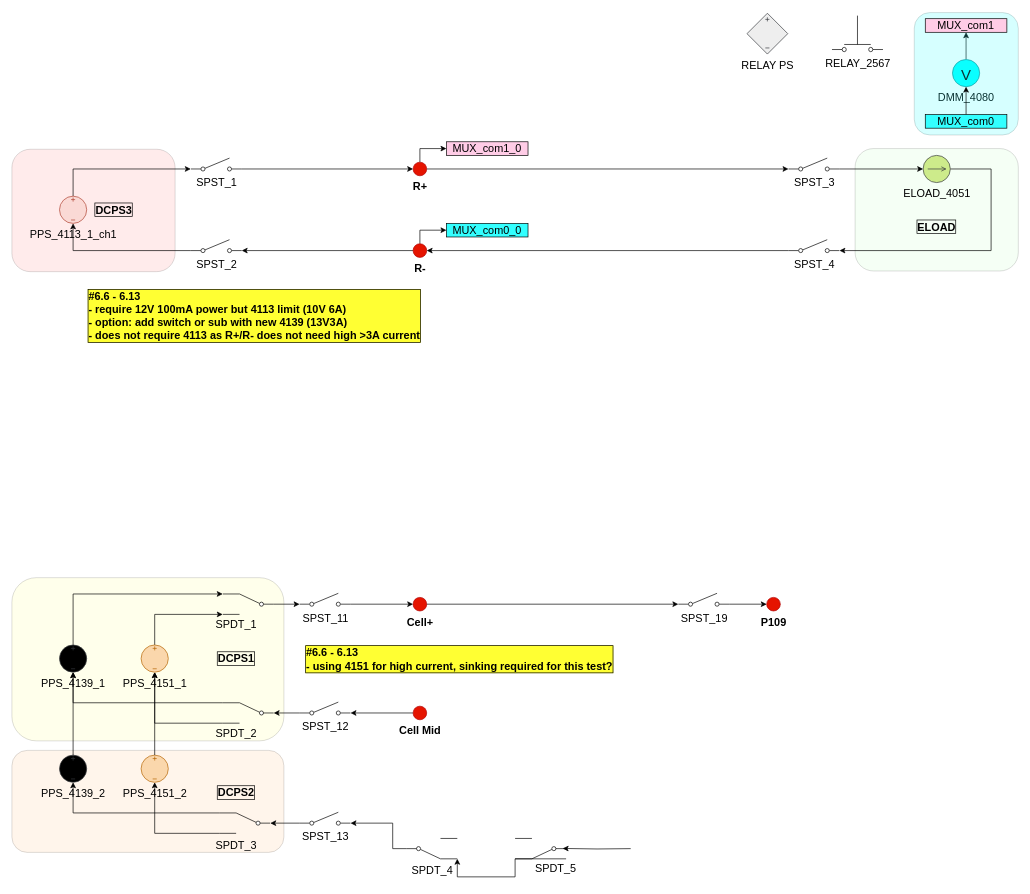
Before: BMS_device_B_6p6.drawio in ktlim-xy/draw-io, a draw.io diagram. Source tidied: cells renumbered, new cells numbered last; positions are measured from the earlier drawing's top-left corner, leaving out a move shared by most shapes. Both pictures are drawn from the tidied source at 68%, with x=0, y=0 at pixel (12, 12).
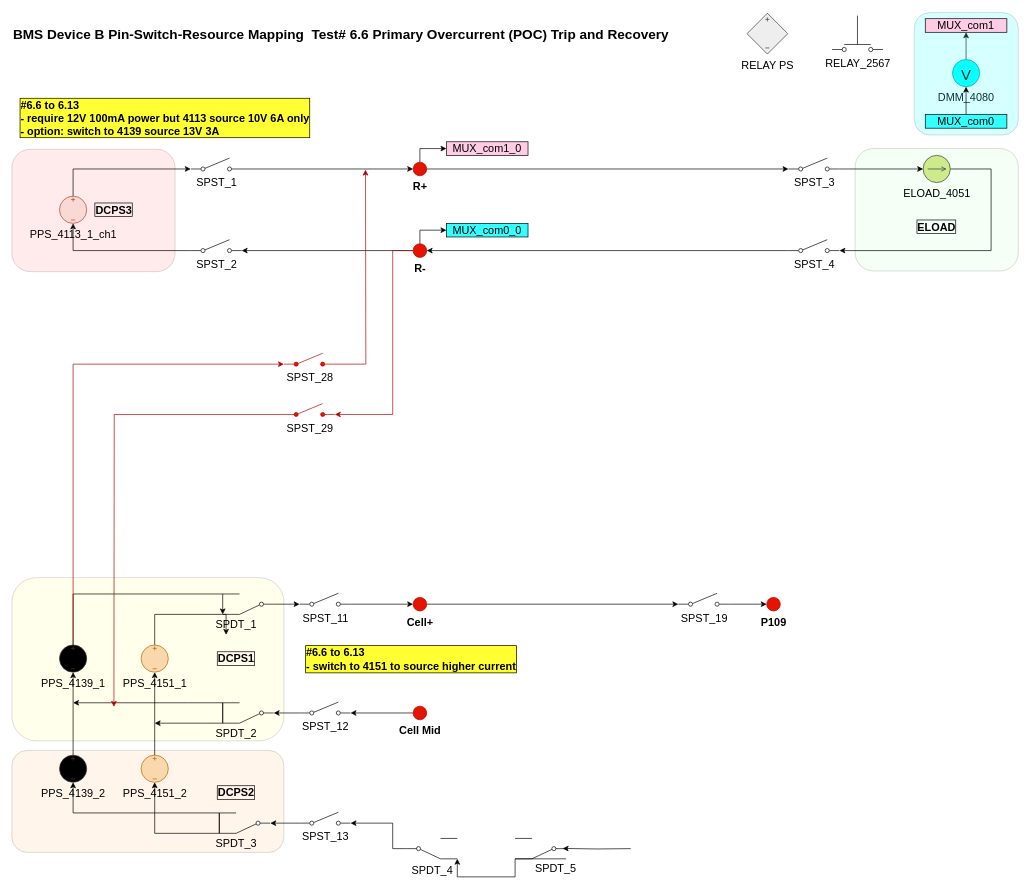
After the change.

Unchanged cells that the change refers to:
```xml
<mxCell id="20" value="R-" style="verticalLabelPosition=bottom;shadow=0;dashed=0;align=center;html=1;verticalAlign=top;strokeWidth=1;shape=ellipse;perimeter=ellipsePerimeter;fillColor=#e51400;fontColor=light-dark(#000000,#FF0000);strokeColor=#B20000;fontSize=16;fontStyle=1;" parent="1" vertex="1">
  <mxGeometry x="590" y="340" width="20" height="20" as="geometry" />
</mxCell>
<mxCell id="37" value="PPS_4139_1" style="verticalLabelPosition=bottom;shadow=0;dashed=0;align=center;html=1;verticalAlign=top;shape=mxgraph.electrical.signal_sources.source;points=[[0.5,0,0],[1,0.5,0],[0.5,1,0],[0,0.5,0]];elSignalType=dc3;rotation=0;fillColor=#000000;strokeColor=#36393d;fontSize=16;" parent="1" vertex="1">
  <mxGeometry x="70" y="930" width="40" height="40" as="geometry" />
</mxCell>
<mxCell id="41" value="PPS_4139_2" style="verticalLabelPosition=bottom;shadow=0;dashed=0;align=center;html=1;verticalAlign=top;shape=mxgraph.electrical.signal_sources.source;points=[[0.5,0,0],[1,0.5,0],[0.5,1,0],[0,0.5,0]];elSignalType=dc3;rotation=0;fillColor=#000000;strokeColor=#36393d;fontSize=16;" parent="1" vertex="1">
  <mxGeometry x="70" y="1092" width="40" height="40" as="geometry" />
</mxCell>
<mxCell id="44" value="PPS_4151_1" style="verticalLabelPosition=bottom;shadow=0;dashed=0;align=center;html=1;verticalAlign=top;shape=mxgraph.electrical.signal_sources.source;points=[[0.5,0,0],[1,0.5,0],[0.5,1,0],[0,0.5,0]];elSignalType=dc3;rotation=0;fillColor=#fad7ac;strokeColor=#b46504;fontSize=16;" parent="1" vertex="1">
  <mxGeometry x="190" y="930" width="40" height="40" as="geometry" />
</mxCell>
<mxCell id="46" value="PPS_4151_2" style="verticalLabelPosition=bottom;shadow=0;dashed=0;align=center;html=1;verticalAlign=top;shape=mxgraph.electrical.signal_sources.source;points=[[0.5,0,0],[1,0.5,0],[0.5,1,0],[0,0.5,0]];elSignalType=dc3;rotation=0;fillColor=#fad7ac;strokeColor=#b46504;fontSize=16;" parent="1" vertex="1">
  <mxGeometry x="190" y="1092" width="40" height="40" as="geometry" />
</mxCell>
```

Diff of the diagram source:
```diff
@@
+    <mxCell id="79" style="edgeStyle=orthogonalEdgeStyle;rounded=0;jettySize=auto;html=1;exitX=0;exitY=0.5;exitDx=0;exitDy=0;entryX=1;entryY=0.8;entryDx=0;entryDy=0;fillColor=#e51400;strokeColor=#B20000;fontColor=#000000;" parent="1" edge="1" source="20" target="86">
+      <mxGeometry relative="1" as="geometry">
+        <Array as="points">
+          <mxPoint x="560" y="350" />
+          <mxPoint x="560" y="591" />
+        </Array>
+      </mxGeometry>
+    </mxCell>
@@
-    <mxCell id="35" style="verticalLabelPosition=bottom;shadow=0;dashed=0;align=center;html=1;verticalAlign=top;shape=mxgraph.electrical.electro-mechanical.twoWayContact2;elSwitchState=2;rotation=-180;fontSize=16;" parent="1" vertex="1">
+    <mxCell id="35" style="verticalLabelPosition=bottom;shadow=0;dashed=0;align=center;html=1;verticalAlign=top;shape=mxgraph.electrical.electro-mechanical.twoWayContact2;elSwitchState=2;rotation=-180;fontSize=16;flipV=1;legacyAnchorPoints=0;" parent="1" vertex="1">
       <mxGeometry x="310" y="855" width="75" height="30" as="geometry" />
     </mxCell>
-    <mxCell id="36" style="edgeStyle=orthogonalEdgeStyle;rounded=0;jettySize=auto;html=1;exitX=0.5;exitY=0;exitDx=0;exitDy=0;exitPerimeter=0;entryX=1;entryY=1;entryDx=0;entryDy=0;fontSize=16;" parent="1" edge="1" source="37" target="35">
+    <mxCell id="36" style="edgeStyle=orthogonalEdgeStyle;rounded=0;jettySize=auto;html=1;exitX=0.5;exitY=0;exitDx=0;exitDy=0;exitPerimeter=0;entryX=1;entryY=0;entryDx=0;entryDy=0;" parent="1" edge="1" source="37" target="35">
       <mxGeometry relative="1" as="geometry">
         <Array as="points">
           <mxPoint x="90" y="855" />
         </Array>
       </mxGeometry>
     </mxCell>
+    <mxCell id="80" style="edgeStyle=orthogonalEdgeStyle;rounded=0;jettySize=auto;html=1;exitX=0.5;exitY=0;exitDx=0;exitDy=0;exitPerimeter=0;entryX=0;entryY=0.8;entryDx=0;entryDy=0;fillColor=#e51400;strokeColor=#B20000;fontColor=#000000;" parent="1" edge="1" source="37" target="88">
+      <mxGeometry relative="1" as="geometry" />
+    </mxCell>
@@
+    <mxCell id="81" style="edgeStyle=orthogonalEdgeStyle;rounded=0;jettySize=auto;html=1;exitX=1;exitY=0;exitDx=0;exitDy=0;" parent="1" edge="1" source="38">
+      <mxGeometry relative="1" as="geometry">
+        <mxPoint x="90" y="1015" as="targetPoint" />
+        <Array as="points">
+          <mxPoint x="260" y="1015" />
+          <mxPoint x="260" y="1015" />
+        </Array>
+      </mxGeometry>
+    </mxCell>
+    <mxCell id="82" style="edgeStyle=orthogonalEdgeStyle;rounded=0;jettySize=auto;html=1;exitX=1;exitY=1;exitDx=0;exitDy=0;" parent="1" edge="1" source="38">
+      <mxGeometry relative="1" as="geometry">
+        <mxPoint x="210" y="1045" as="targetPoint" />
+        <Array as="points">
+          <mxPoint x="280" y="1045" />
+          <mxPoint x="280" y="1045" />
+        </Array>
+      </mxGeometry>
+    </mxCell>
-    <mxCell id="38" style="verticalLabelPosition=bottom;shadow=0;dashed=0;align=center;html=1;verticalAlign=top;shape=mxgraph.electrical.electro-mechanical.twoWayContact2;elSwitchState=2;rotation=-180;fontSize=16;" parent="1" vertex="1">
+    <mxCell id="38" style="verticalLabelPosition=bottom;shadow=0;dashed=0;align=center;html=1;verticalAlign=top;shape=mxgraph.electrical.electro-mechanical.twoWayContact2;elSwitchState=2;rotation=-180;fontSize=16;flipV=1;legacyAnchorPoints=0;" parent="1" vertex="1">
       <mxGeometry x="310" y="1015" width="75" height="30" as="geometry" />
     </mxCell>
-    <mxCell id="39" style="edgeStyle=orthogonalEdgeStyle;rounded=0;jettySize=auto;html=1;exitX=1;exitY=1;exitDx=0;exitDy=0;entryX=0.5;entryY=1;entryDx=0;entryDy=0;entryPerimeter=0;fontSize=16;" parent="1" edge="1" source="38" target="37">
-      <mxGeometry relative="1" as="geometry">
-        <Array as="points">
-          <mxPoint x="90" y="1015" />
-        </Array>
-      </mxGeometry>
-    </mxCell>
-    <mxCell id="40" style="verticalLabelPosition=bottom;shadow=0;dashed=0;align=center;html=1;verticalAlign=top;shape=mxgraph.electrical.electro-mechanical.twoWayContact2;elSwitchState=2;rotation=-180;fontSize=16;" parent="1" vertex="1">
+    <mxCell id="40" style="verticalLabelPosition=bottom;shadow=0;dashed=0;align=center;html=1;verticalAlign=top;shape=mxgraph.electrical.electro-mechanical.twoWayContact2;elSwitchState=2;rotation=-180;fontSize=16;flipV=1;legacyAnchorPoints=0;" parent="1" vertex="1">
       <mxGeometry x="305" y="1177" width="75" height="30" as="geometry" />
     </mxCell>
@@
-    <mxCell id="42" style="edgeStyle=orthogonalEdgeStyle;rounded=0;jettySize=auto;html=1;exitX=1;exitY=1;exitDx=0;exitDy=0;entryX=0.5;entryY=1;entryDx=0;entryDy=0;entryPerimeter=0;fontSize=16;" parent="1" edge="1" source="40" target="41">
-      <mxGeometry relative="1" as="geometry">
-        <Array as="points">
-          <mxPoint x="90" y="1177" />
-        </Array>
-      </mxGeometry>
-    </mxCell>
-    <mxCell id="43" style="edgeStyle=orthogonalEdgeStyle;rounded=0;jettySize=auto;html=1;entryX=1;entryY=0;entryDx=0;entryDy=0;fontSize=16;" parent="1" edge="1" source="44" target="35">
-      <mxGeometry relative="1" as="geometry">
-        <Array as="points">
-          <mxPoint x="210" y="885" />
-        </Array>
-      </mxGeometry>
-    </mxCell>
+    <mxCell id="83" style="edgeStyle=orthogonalEdgeStyle;rounded=0;jettySize=auto;html=1;exitX=0.5;exitY=0;exitDx=0;exitDy=0;exitPerimeter=0;entryX=0.25;entryY=1;entryDx=0;entryDy=0;" parent="1" edge="1" source="44" target="75">
+      <mxGeometry relative="1" as="geometry">
+        <Array as="points">
+          <mxPoint x="210" y="885" />
+        </Array>
+      </mxGeometry>
+    </mxCell>
@@
-    <mxCell id="45" style="edgeStyle=orthogonalEdgeStyle;rounded=0;jettySize=auto;html=1;exitX=1;exitY=0;exitDx=0;exitDy=0;entryX=0.5;entryY=1;entryDx=0;entryDy=0;entryPerimeter=0;fontSize=16;" parent="1" edge="1" source="38" target="44">
-      <mxGeometry relative="1" as="geometry">
-        <Array as="points">
-          <mxPoint x="210" y="1045" />
-        </Array>
-      </mxGeometry>
-    </mxCell>
@@
-    <mxCell id="47" style="edgeStyle=orthogonalEdgeStyle;rounded=0;jettySize=auto;html=1;exitX=1;exitY=0;exitDx=0;exitDy=0;entryX=0.5;entryY=1;entryDx=0;entryDy=0;entryPerimeter=0;fontSize=16;" parent="1" edge="1" source="40" target="46">
-      <mxGeometry relative="1" as="geometry">
-        <Array as="points">
-          <mxPoint x="210" y="1207" />
-        </Array>
-      </mxGeometry>
-    </mxCell>
@@
-    <mxCell id="67" value="#6.6 - 6.13&amp;nbsp;&lt;div&gt;- require 12V 100mA power but 4113 limit (10V 6A)&lt;/div&gt;&lt;div&gt;- option: add switch or sub with new 4139 (13V3A)&lt;/div&gt;&lt;div&gt;- does not require 4113 as R+/R- does not need high &amp;gt;3A current&lt;/div&gt;" style="text;html=1;whiteSpace=wrap;strokeColor=none;fillColor=none;align=left;verticalAlign=middle;rounded=0;fontStyle=1;fontColor=#000000;fontSize=16;labelBorderColor=default;labelBackgroundColor=#FFFF33;" parent="1" vertex="1">
-      <mxGeometry x="110" y="431" width="500" height="30" as="geometry" />
+    <mxCell id="67" value="#6.6 to 6.13&amp;nbsp;&lt;div&gt;- require 12V 100mA power but 4113 source 10V 6A only&lt;/div&gt;&lt;div&gt;- option: switch to 4139 source 13V 3A&lt;/div&gt;" style="text;html=1;whiteSpace=wrap;strokeColor=none;fillColor=none;align=left;verticalAlign=middle;rounded=0;fontStyle=1;fontColor=#000000;fontSize=16;labelBorderColor=default;labelBackgroundColor=#FFFF33;" parent="1" vertex="1">
+      <mxGeometry x="10" y="140" width="500" height="30" as="geometry" />
     </mxCell>
-    <mxCell id="68" value="&lt;span&gt;&lt;font&gt;DCPS2&lt;/font&gt;&lt;/span&gt;" style="text;html=1;whiteSpace=wrap;strokeColor=none;fillColor=none;align=center;verticalAlign=middle;rounded=0;fontSize=16;fontStyle=1;fontColor=#000000;labelBorderColor=default;" parent="1" vertex="1">
+    <mxCell id="68" value="&lt;span&gt;&lt;font&gt;DCPS2&lt;/font&gt;&lt;/span&gt;" style="text;html=1;whiteSpace=wrap;strokeColor=none;fillColor=none;align=center;verticalAlign=middle;rounded=0;fontSize=16;fontStyle=1;fontColor=#000000;labelBorderColor=default;flipV=1;legacyAnchorPoints=0;" parent="1" vertex="1">
       <mxGeometry x="300" y="1132" width="60" height="30" as="geometry" />
     </mxCell>
@@
-    <mxCell id="75" value="&lt;span&gt;&lt;font&gt;SPDT_1&lt;/font&gt;&lt;/span&gt;" style="text;html=1;whiteSpace=wrap;strokeColor=none;fillColor=none;align=center;verticalAlign=middle;rounded=0;fontSize=16;fontStyle=0;fontColor=#000000;labelBorderColor=none;" parent="1" vertex="1">
+    <mxCell id="75" value="&lt;span&gt;&lt;font&gt;SPDT_1&lt;/font&gt;&lt;/span&gt;" style="text;html=1;whiteSpace=wrap;strokeColor=none;fillColor=none;align=center;verticalAlign=middle;rounded=0;fontSize=16;fontStyle=0;fontColor=#000000;labelBorderColor=none;flipV=1;legacyAnchorPoints=0;" parent="1" vertex="1">
       <mxGeometry x="300" y="885" width="60" height="30" as="geometry" />
     </mxCell>
@@
     <mxCell id="77" value="&lt;span&gt;&lt;font&gt;SPDT_3&lt;/font&gt;&lt;/span&gt;" style="text;html=1;whiteSpace=wrap;strokeColor=none;fillColor=none;align=center;verticalAlign=middle;rounded=0;fontSize=16;fontStyle=0;fontColor=#000000;labelBorderColor=none;" parent="1" vertex="1">
-      <mxGeometry x="300" y="1208.5" width="60" height="30" as="geometry" />
+      <mxGeometry x="300" y="1207" width="60" height="30" as="geometry" />
     </mxCell>
-    <mxCell id="78" value="#6.6 - 6.13&amp;nbsp;&lt;div&gt;- using 4151 for high current, sinking required for this test?&lt;/div&gt;" style="text;html=1;whiteSpace=wrap;strokeColor=none;fillColor=none;align=left;verticalAlign=middle;rounded=0;fontStyle=1;fontColor=#000000;fontSize=16;labelBorderColor=default;labelBackgroundColor=#FFFF33;" parent="1" vertex="1">
+    <mxCell id="78" value="#6.6 to 6.13&amp;nbsp;&lt;div&gt;- switch to 4151 to source higher current&lt;/div&gt;" style="text;html=1;whiteSpace=wrap;strokeColor=none;fillColor=none;align=left;verticalAlign=middle;rounded=0;fontStyle=1;fontColor=#000000;fontSize=16;labelBorderColor=default;labelBackgroundColor=#FFFF33;" parent="1" vertex="1">
       <mxGeometry x="430" y="936" width="500" height="30" as="geometry" />
     </mxCell>
+    <mxCell id="84" value="&lt;b&gt;BMS Device B Pin-Switch-Resource Mapping&amp;nbsp; Test#&amp;nbsp;6.6 Primary Overcurrent (POC) Trip and Recovery&lt;/b&gt;" style="text;html=1;whiteSpace=wrap;strokeColor=none;fillColor=none;align=left;verticalAlign=middle;rounded=0;fontSize=20;" parent="1" vertex="1">
+      <mxGeometry y="-1.5" width="1010" height="65" as="geometry" />
+    </mxCell>
+    <mxCell id="42" style="edgeStyle=orthogonalEdgeStyle;rounded=0;jettySize=auto;html=1;exitX=1;exitY=0;exitDx=0;exitDy=0;entryX=0.5;entryY=1;entryDx=0;entryDy=0;entryPerimeter=0;" parent="1" edge="1" source="40" target="41">
+      <mxGeometry relative="1" as="geometry">
+        <Array as="points">
+          <mxPoint x="90" y="1177" />
+        </Array>
+      </mxGeometry>
+    </mxCell>
+    <mxCell id="47" style="edgeStyle=orthogonalEdgeStyle;rounded=0;jettySize=auto;html=1;exitX=1;exitY=1;exitDx=0;exitDy=0;entryX=0.5;entryY=1;entryDx=0;entryDy=0;entryPerimeter=0;" parent="1" edge="1" source="40" target="46">
+      <mxGeometry relative="1" as="geometry">
+        <Array as="points">
+          <mxPoint x="210" y="1207" />
+        </Array>
+      </mxGeometry>
+    </mxCell>
+    <mxCell id="85" style="edgeStyle=orthogonalEdgeStyle;rounded=0;jettySize=auto;html=1;exitX=0;exitY=0.8;exitDx=0;exitDy=0;fillColor=#e51400;strokeColor=#B20000;fontColor=#000000;" parent="1" edge="1" source="86">
+      <mxGeometry relative="1" as="geometry">
+        <mxPoint x="150" y="1021" as="targetPoint" />
+      </mxGeometry>
+    </mxCell>
+    <mxCell id="86" value="SPST_29" style="html=1;shape=mxgraph.electrical.electro-mechanical.singleSwitch;elSwitchState=off;verticalAlign=top;labelPosition=center;verticalLabelPosition=bottom;align=center;fontSize=16;fillColor=#e51400;fontColor=#000000;strokeColor=#B20000;" parent="1" vertex="1">
+      <mxGeometry x="400" y="575" width="75" height="20" as="geometry" />
+    </mxCell>
+    <mxCell id="87" style="edgeStyle=orthogonalEdgeStyle;rounded=0;jettySize=auto;html=1;exitX=1;exitY=0.8;exitDx=0;exitDy=0;fillColor=#e51400;strokeColor=#B20000;fontColor=#000000;" parent="1" edge="1" source="88">
+      <mxGeometry relative="1" as="geometry">
+        <mxPoint x="520" y="231" as="targetPoint" />
+      </mxGeometry>
+    </mxCell>
+    <mxCell id="88" value="SPST_28" style="html=1;shape=mxgraph.electrical.electro-mechanical.singleSwitch;elSwitchState=off;verticalAlign=top;labelPosition=center;verticalLabelPosition=bottom;align=center;fontSize=16;fillColor=#e51400;fontColor=#000000;strokeColor=#B20000;" parent="1" vertex="1">
+      <mxGeometry x="400" y="501" width="75" height="20" as="geometry" />
+    </mxCell>
```
